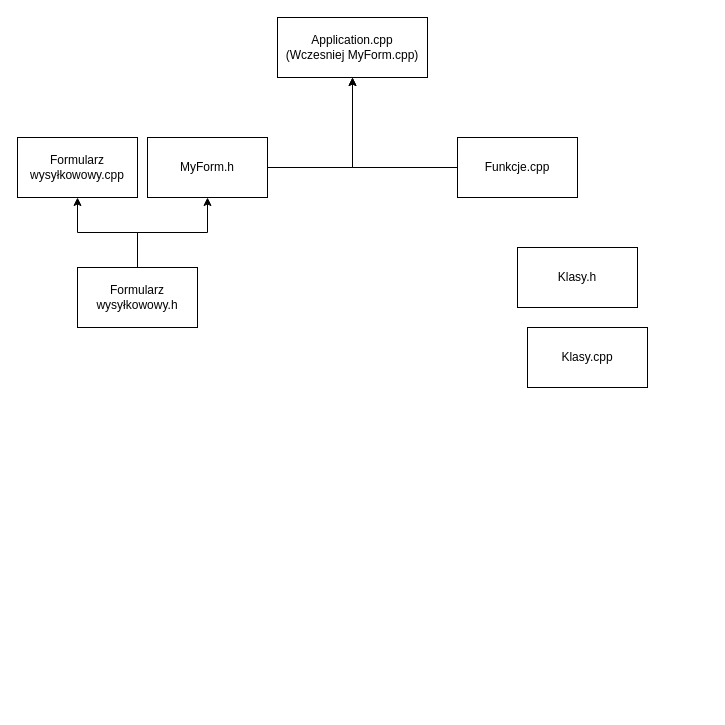
Earlier version of the draw.io diagram Diagram bez tytułu.drawio (Q4tym/Projekt-PSiO). Source tidied: cells renumbered, new cells numbered last; positions are measured from the earlier drawing's top-left corner, leaving out a move shared by most shapes. Both pictures are drawn from the tidied source at 100%, with x=0, y=0 at pixel (17, 17).
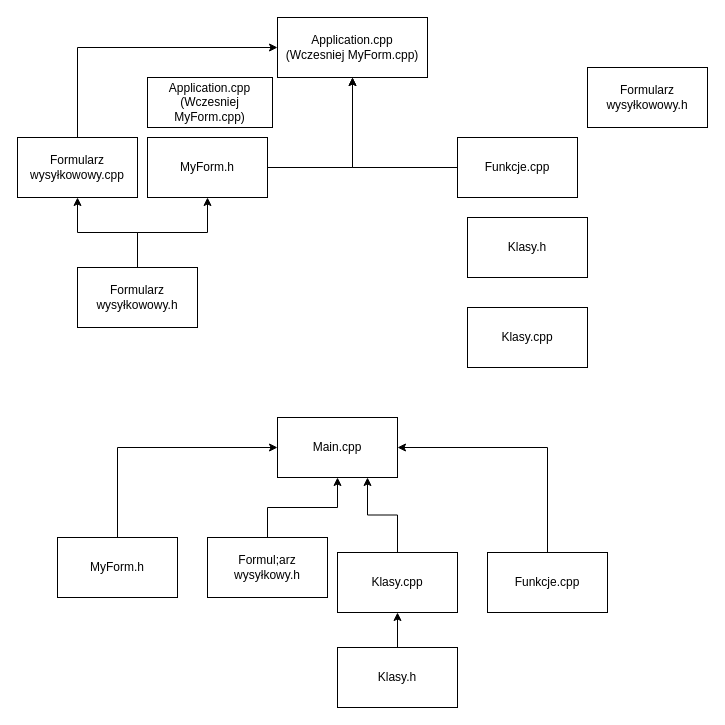
Above is the later version.

Unchanged cells that the change refers to:
```xml
<mxCell id="2" value="Application.cpp&lt;div&gt;(Wczesniej MyForm.cpp)&lt;/div&gt;" style="rounded=0;whiteSpace=wrap;html=1;" parent="1" vertex="1">
  <mxGeometry x="260" width="150" height="60" as="geometry" />
</mxCell>
<mxCell id="6" value="Formularz wysyłkowowy.cpp" style="rounded=0;whiteSpace=wrap;html=1;" parent="1" vertex="1">
  <mxGeometry y="120" width="120" height="60" as="geometry" />
</mxCell>
```

What changed in the source:
```diff
@@
+    <mxCell id="13" style="edgeStyle=orthogonalEdgeStyle;rounded=0;jettySize=auto;html=1;entryX=0;entryY=0.5;entryDx=0;entryDy=0;" parent="1" edge="1" source="6" target="2">
+      <mxGeometry relative="1" as="geometry">
+        <Array as="points">
+          <mxPoint x="60" y="30" />
+        </Array>
+      </mxGeometry>
+    </mxCell>
@@
     <mxCell id="9" value="Klasy.h" style="rounded=0;whiteSpace=wrap;html=1;" parent="1" vertex="1">
-      <mxGeometry x="500" y="230" width="120" height="60" as="geometry" />
+      <mxGeometry x="450" y="200" width="120" height="60" as="geometry" />
     </mxCell>
     <mxCell id="10" value="Klasy.cpp" style="rounded=0;whiteSpace=wrap;html=1;" parent="1" vertex="1">
-      <mxGeometry x="510" y="310" width="120" height="60" as="geometry" />
+      <mxGeometry x="450" y="290" width="120" height="60" as="geometry" />
     </mxCell>
@@
+    <mxCell id="14" value="Application.cpp&lt;div&gt;(Wczesniej MyForm.cpp)&lt;/div&gt;" style="rounded=0;whiteSpace=wrap;html=1;" parent="1" vertex="1">
+      <mxGeometry x="130" y="60" width="125" height="50" as="geometry" />
+    </mxCell>
+    <mxCell id="15" value="Main.cpp" style="rounded=0;whiteSpace=wrap;html=1;" parent="1" vertex="1">
+      <mxGeometry x="260" y="400" width="120" height="60" as="geometry" />
+    </mxCell>
+    <mxCell id="16" style="edgeStyle=orthogonalEdgeStyle;rounded=0;jettySize=auto;html=1;entryX=0;entryY=0.5;entryDx=0;entryDy=0;" parent="1" edge="1" source="17" target="15">
+      <mxGeometry relative="1" as="geometry">
+        <Array as="points">
+          <mxPoint x="100" y="430" />
+        </Array>
+      </mxGeometry>
+    </mxCell>
+    <mxCell id="17" value="MyForm.h" style="rounded=0;whiteSpace=wrap;html=1;" parent="1" vertex="1">
+      <mxGeometry x="40" y="520" width="120" height="60" as="geometry" />
+    </mxCell>
+    <mxCell id="18" style="edgeStyle=orthogonalEdgeStyle;rounded=0;jettySize=auto;html=1;" parent="1" edge="1" source="19" target="15">
+      <mxGeometry relative="1" as="geometry" />
+    </mxCell>
+    <mxCell id="19" value="Formul;arz wysyłkowy.h" style="rounded=0;whiteSpace=wrap;html=1;" parent="1" vertex="1">
+      <mxGeometry x="190" y="520" width="120" height="60" as="geometry" />
+    </mxCell>
+    <mxCell id="20" style="edgeStyle=orthogonalEdgeStyle;rounded=0;jettySize=auto;html=1;entryX=0.75;entryY=1;entryDx=0;entryDy=0;" parent="1" edge="1" source="21" target="15">
+      <mxGeometry relative="1" as="geometry" />
+    </mxCell>
+    <mxCell id="21" value="Klasy.cpp" style="rounded=0;whiteSpace=wrap;html=1;" parent="1" vertex="1">
+      <mxGeometry x="320" y="535" width="120" height="60" as="geometry" />
+    </mxCell>
+    <mxCell id="22" style="edgeStyle=orthogonalEdgeStyle;rounded=0;jettySize=auto;html=1;" parent="1" edge="1" source="23" target="21">
+      <mxGeometry relative="1" as="geometry" />
+    </mxCell>
+    <mxCell id="23" value="Klasy.h" style="rounded=0;whiteSpace=wrap;html=1;" parent="1" vertex="1">
+      <mxGeometry x="320" y="630" width="120" height="60" as="geometry" />
+    </mxCell>
+    <mxCell id="24" style="edgeStyle=orthogonalEdgeStyle;rounded=0;jettySize=auto;html=1;entryX=1;entryY=0.5;entryDx=0;entryDy=0;" parent="1" edge="1" source="25" target="15">
+      <mxGeometry relative="1" as="geometry">
+        <Array as="points">
+          <mxPoint x="530" y="430" />
+        </Array>
+      </mxGeometry>
+    </mxCell>
+    <mxCell id="25" value="Funkcje.cpp" style="rounded=0;whiteSpace=wrap;html=1;" parent="1" vertex="1">
+      <mxGeometry x="470" y="535" width="120" height="60" as="geometry" />
+    </mxCell>
+    <mxCell id="26" value="Formularz wysyłkowowy.h" style="rounded=0;whiteSpace=wrap;html=1;" parent="1" vertex="1">
+      <mxGeometry x="570" y="50" width="120" height="60" as="geometry" />
+    </mxCell>
```
